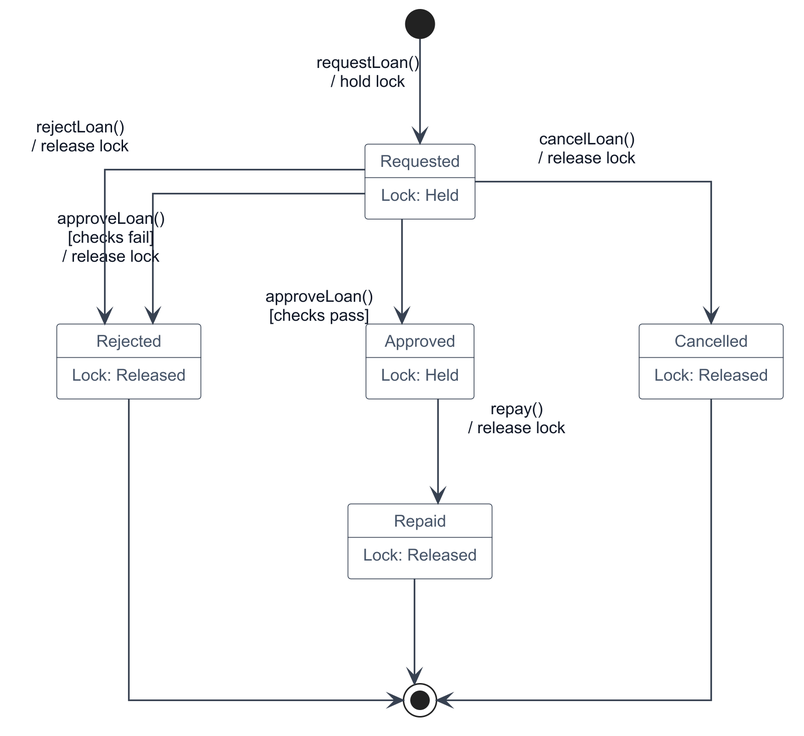
Earlier version of the PlantUML export docs/figures/06-loan-state-machine.png (Alan42x/proofestate).
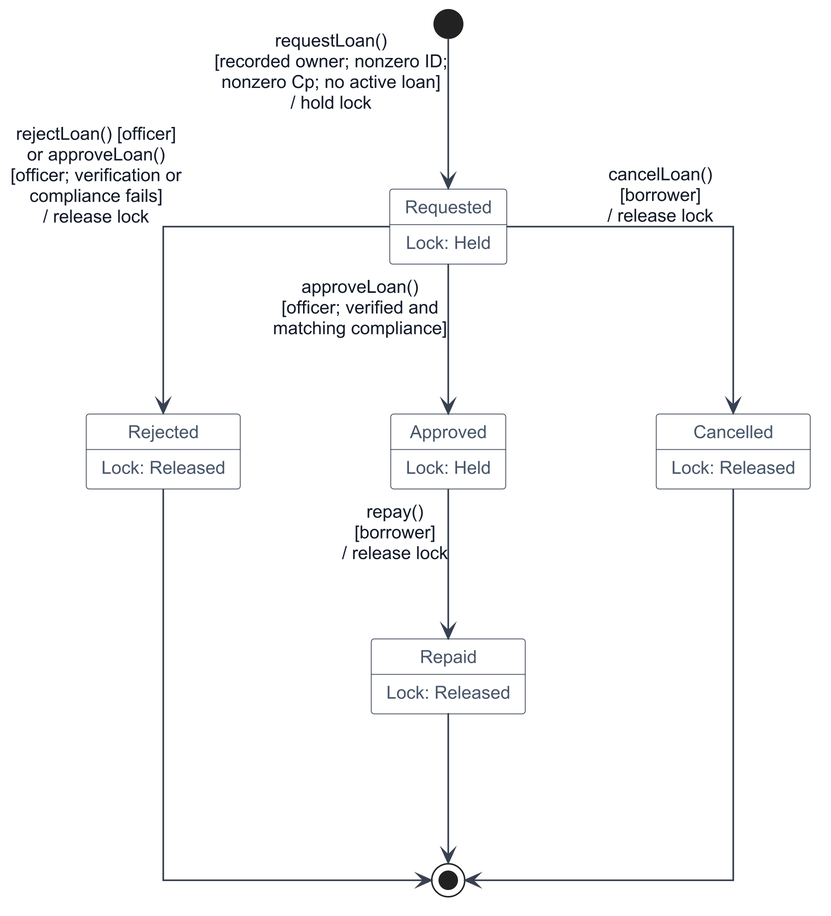
Above is the later version.

Change to the diagram source:
```diff
@@ -4,27 +4,27 @@
 
 skinparam backgroundColor #FFFFFF
 skinparam defaultFontName "Arial"
-skinparam defaultFontSize 13
+skinparam defaultFontSize 14
 skinparam defaultTextAlignment center
 skinparam shadowing false
 skinparam linetype ortho
 skinparam roundcorner 4
 
-skinparam nodesep 110
-skinparam ranksep 70
+skinparam nodesep 100
+skinparam ranksep 100
 
 skinparam ArrowColor #374151
 skinparam ArrowThickness 1.1
 skinparam ArrowFontColor #111827
-skinparam ArrowFontSize 11
+skinparam ArrowFontSize 12
 
 skinparam StateBorderColor #334155
 skinparam StateBackgroundColor #FFFFFF
 skinparam StateFontColor #111827
-skinparam StateFontSize 13
+skinparam StateFontSize 14
 skinparam StateFontStyle bold
 
-skinparam StateAttributeFontSize 11
+skinparam StateAttributeFontSize 12
 skinparam StateAttributeFontStyle plain
 skinparam StateAttributeFontColor #475569
 
@@ -35,91 +35,36 @@
   BackgroundColor #FFFFFF
   BorderColor #334155
   FontColor #111827
-  FontSize 13
+  FontSize 14
   FontStyle bold
-  AttributeFontSize 11
+  AttributeFontSize 12
   AttributeFontStyle plain
   AttributeFontColor #475569
   RoundCorner 4
 }
 
-skinparam note {
-  BackgroundColor transparent
-  BorderColor transparent
-  FontColor #111827
-  FontName "Arial"
-  FontSize 11
-}
-
 top to bottom direction
-
-state Final <<end>>
-
 state Requested
 Requested : Lock: Held
-
+state Approved
+Approved : Lock: Held
+state Repaid
+Repaid : Lock: Released
 state Rejected
 Rejected : Lock: Released
-
-state Approved
-Approved : Lock: Held
-
 state Cancelled
 Cancelled : Lock: Released
-
-state Repaid
-Repaid : Lock: Released
-
+state Final <<end>>
 
 Rejected -[hidden]right-> Approved
 Approved -[hidden]right-> Cancelled
 
-Requested -[hidden]down-> Approved
-Approved -[hidden]down-> Repaid
-Repaid -[hidden]down-> Final
-
-
-[*] -down-> Requested : requestLoan()\n/ hold lock
-
-
-Requested -down-> Approved
-note right on link
-approveLoan()
-[checks pass]
-end note
-
-
-Requested -down-> Rejected
-note left on link
-approveLoan()
-[checks fail]
-/ release lock
-end note
-
-
-Requested -[norank]-> Rejected
-note left on link
-rejectLoan()
-/ release lock
-end note
-
-
-Requested -[norank]-> Cancelled
-note right on link
-cancelLoan()
-/ release lock
-end note
-
-
-Approved -down-> Repaid
-note right on link
-repay()
-/ release lock
-end note
-
-
-Rejected -[norank]-> Final
+[*] -down-> Requested : requestLoan()\n[recorded owner; nonzero ID;\nnonzero Cp; no active loan]\n/ hold lock
+Requested -down-> Approved : approveLoan()\n[officer; verified and\nmatching compliance]
+Approved -down-> Repaid : repay()\n[borrower]\n/ release lock
+Requested -down-> Rejected : rejectLoan() [officer]\nor approveLoan()\n[officer; verification or\ncompliance fails]\n/ release lock
+Requested -down-> Cancelled : cancelLoan()\n[borrower]\n/ release lock
 Repaid -down-> Final
-Cancelled -[norank]-> Final
-
+Rejected -down[norank]-> Final
+Cancelled -down[norank]-> Final
 @enduml
```
